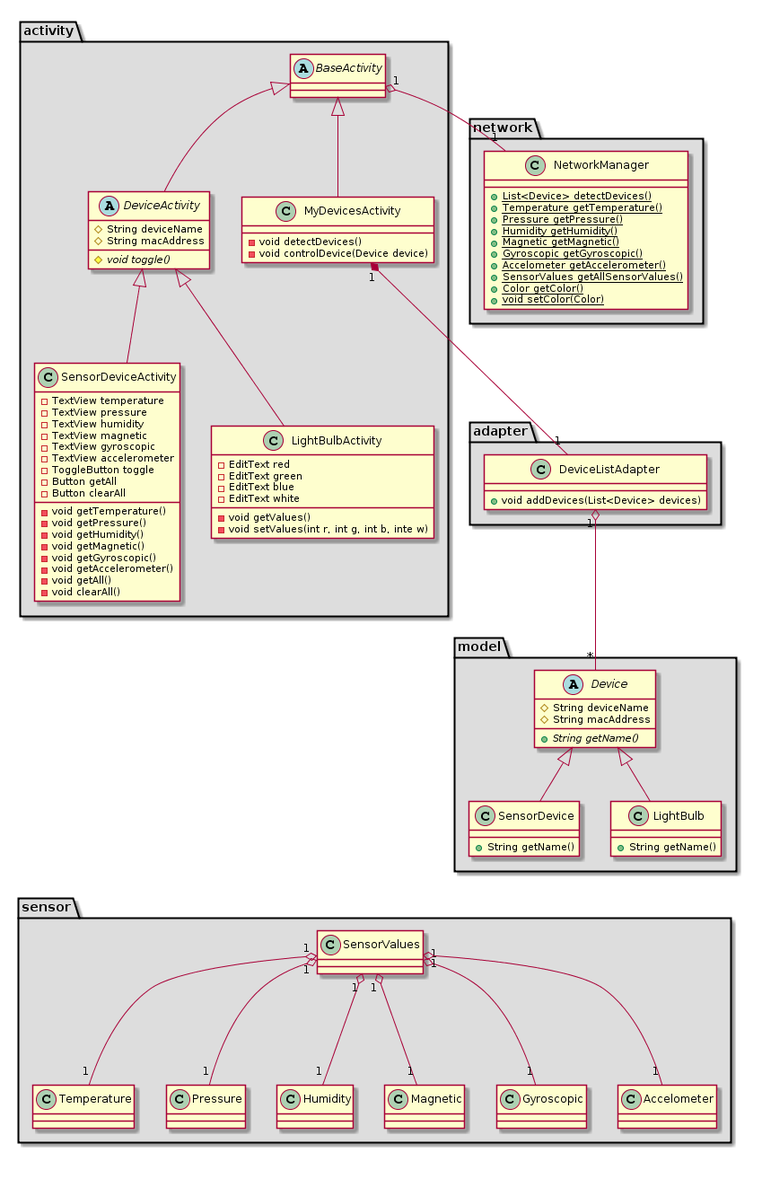
Above: docs/STLDD/class_diagram.png in ockka/ETSN05-Group2 (PlantUML), before the change.
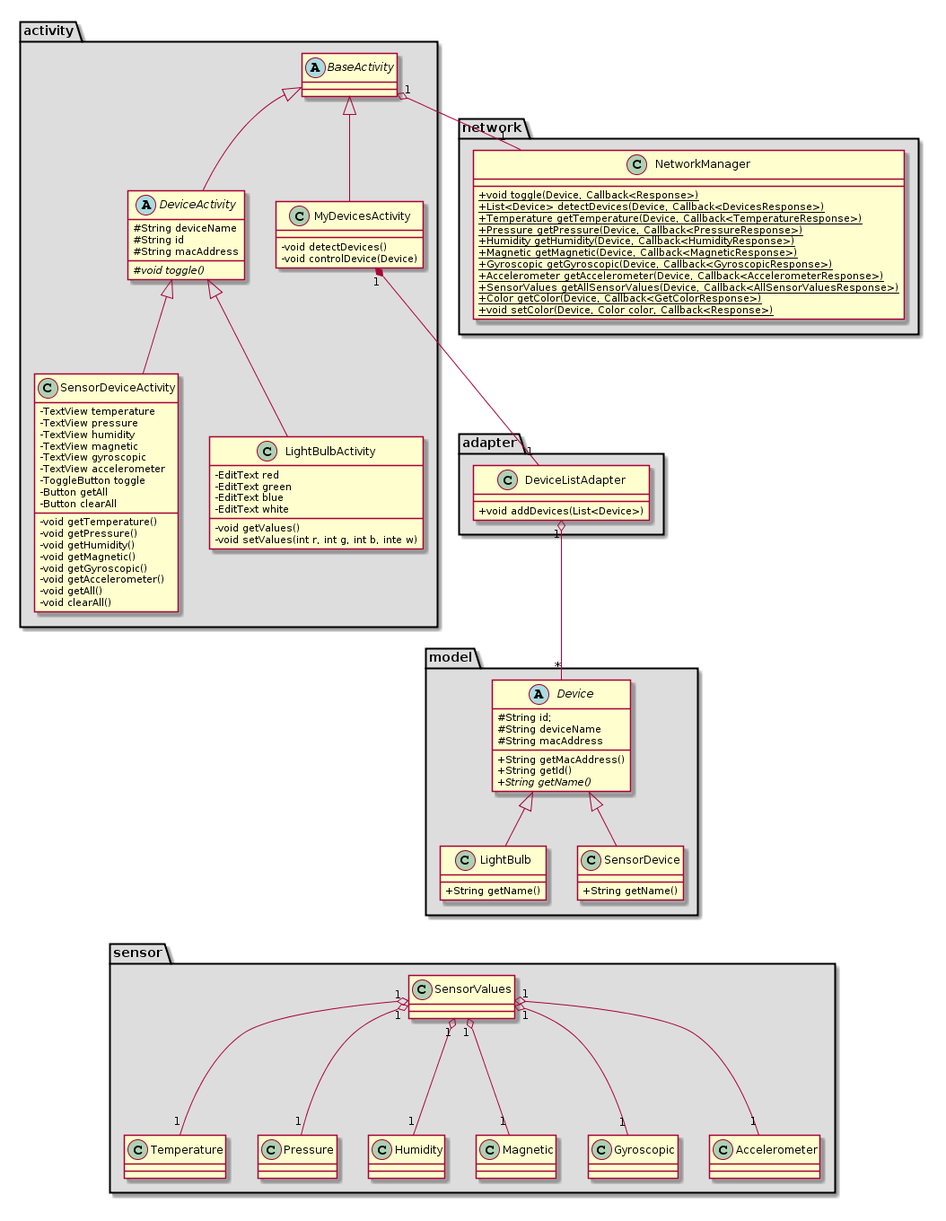
Later version of the same file.

Commit message:
Updated class diagram

Change to the diagram source:
```diff
@@ -1,4 +1,5 @@
 @startuml
+skinparam classAttributeIconSize 0
 package "activity" #DDDDDD {
   class BaseActivity
   class MyDevicesActivity
@@ -26,32 +27,33 @@
 	class Humidity
 	class Magnetic
 	class Gyroscopic
-	class Accelometer
+	class Accelerometer
 }
 
  class NetworkManager{
- +{static} List<Device> detectDevices()
- +{static} Temperature getTemperature()
- +{static} Pressure getPressure()
- +{static} Humidity getHumidity()
- +{static} Magnetic getMagnetic()
- +{static} Gyroscopic getGyroscopic()
- +{static} Accelometer getAccelerometer()
- +{static} SensorValues getAllSensorValues()
- +{static} Color getColor()
- +{static} void setColor(Color)
+ +{static} void toggle(Device, Callback<Response>)
+ +{static} List<Device> detectDevices(Device, Callback<DevicesResponse>)
+ +{static} Temperature getTemperature(Device, Callback<TemperatureResponse>)
+ +{static} Pressure getPressure(Device, Callback<PressureResponse>)
+ +{static} Humidity getHumidity(Device, Callback<HumidityResponse>)
+ +{static} Magnetic getMagnetic(Device, Callback<MagneticResponse>)
+ +{static} Gyroscopic getGyroscopic(Device, Callback<GyroscopicResponse>)
+ +{static} Accelerometer getAccelerometer(Device, Callback<AccelerometerResponse>)
+ +{static} SensorValues getAllSensorValues(Device, Callback<AllSensorValuesResponse>)
+ +{static} Color getColor(Device, Callback<GetColorResponse>)
+ +{static} void setColor(Device, Color color, Callback<Response>)
 }
 
 abstract class BaseActivity{
 }
 
 class DeviceListAdapter {
- +void addDevices(List<Device> devices)
+ +void addDevices(List<Device>)
 }
 
 class MyDevicesActivity{
  -void detectDevices()
- -void controlDevice(Device device)
+ -void controlDevice(Device)
 }
 
 class SensorDeviceActivity{
@@ -85,14 +87,18 @@
 
 abstract class DeviceActivity{
  #String deviceName
+ #String id
  #String macAddress
  #{abstract} void toggle()
 }
 
 
 abstract class Device{
+ #String id;
  #String deviceName
  #String macAddress
+ +String getMacAddress()
+ +String getId()
  +{abstract} String getName()
 }
 
@@ -121,5 +127,5 @@
 SensorValues "1" o-- "1" Humidity
 SensorValues "1" o-- "1" Magnetic
 SensorValues "1" o-- "1" Gyroscopic
-SensorValues "1" o-- "1" Accelometer
+SensorValues "1" o-- "1" Accelerometer
 @enduml
```
